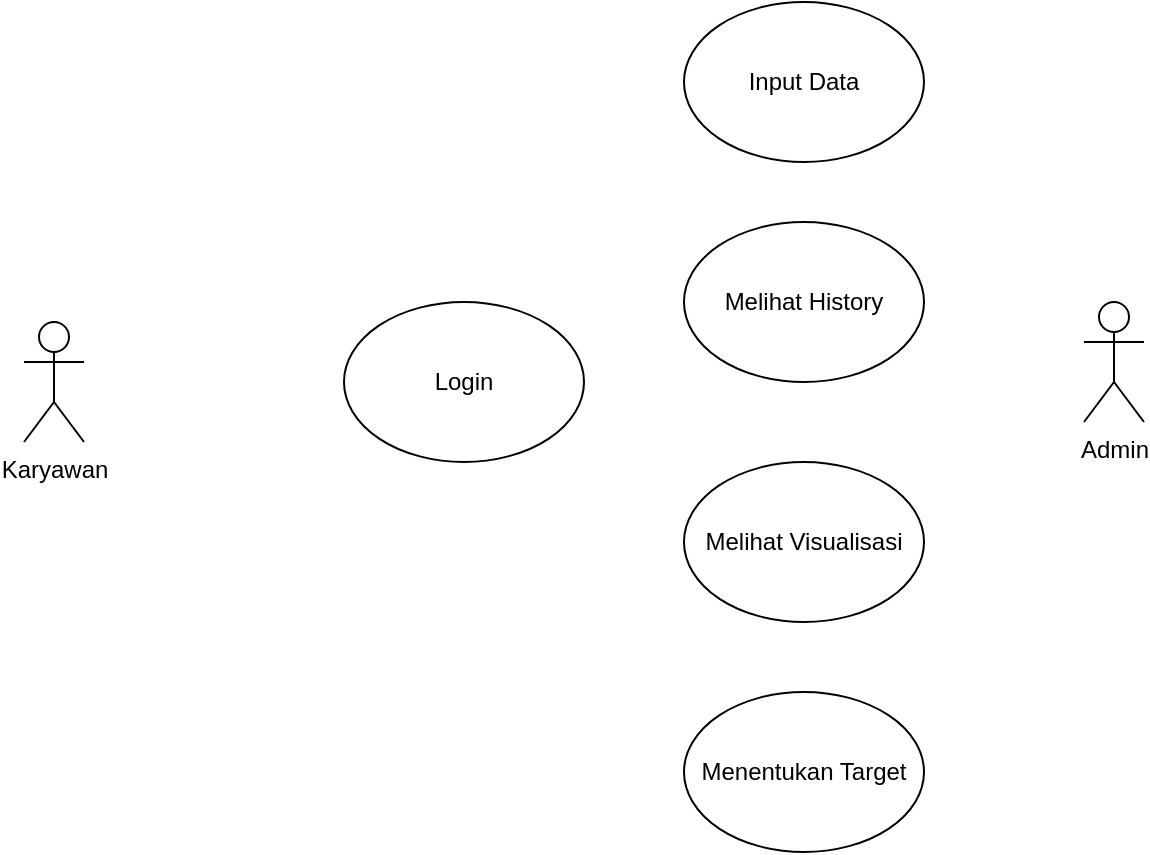
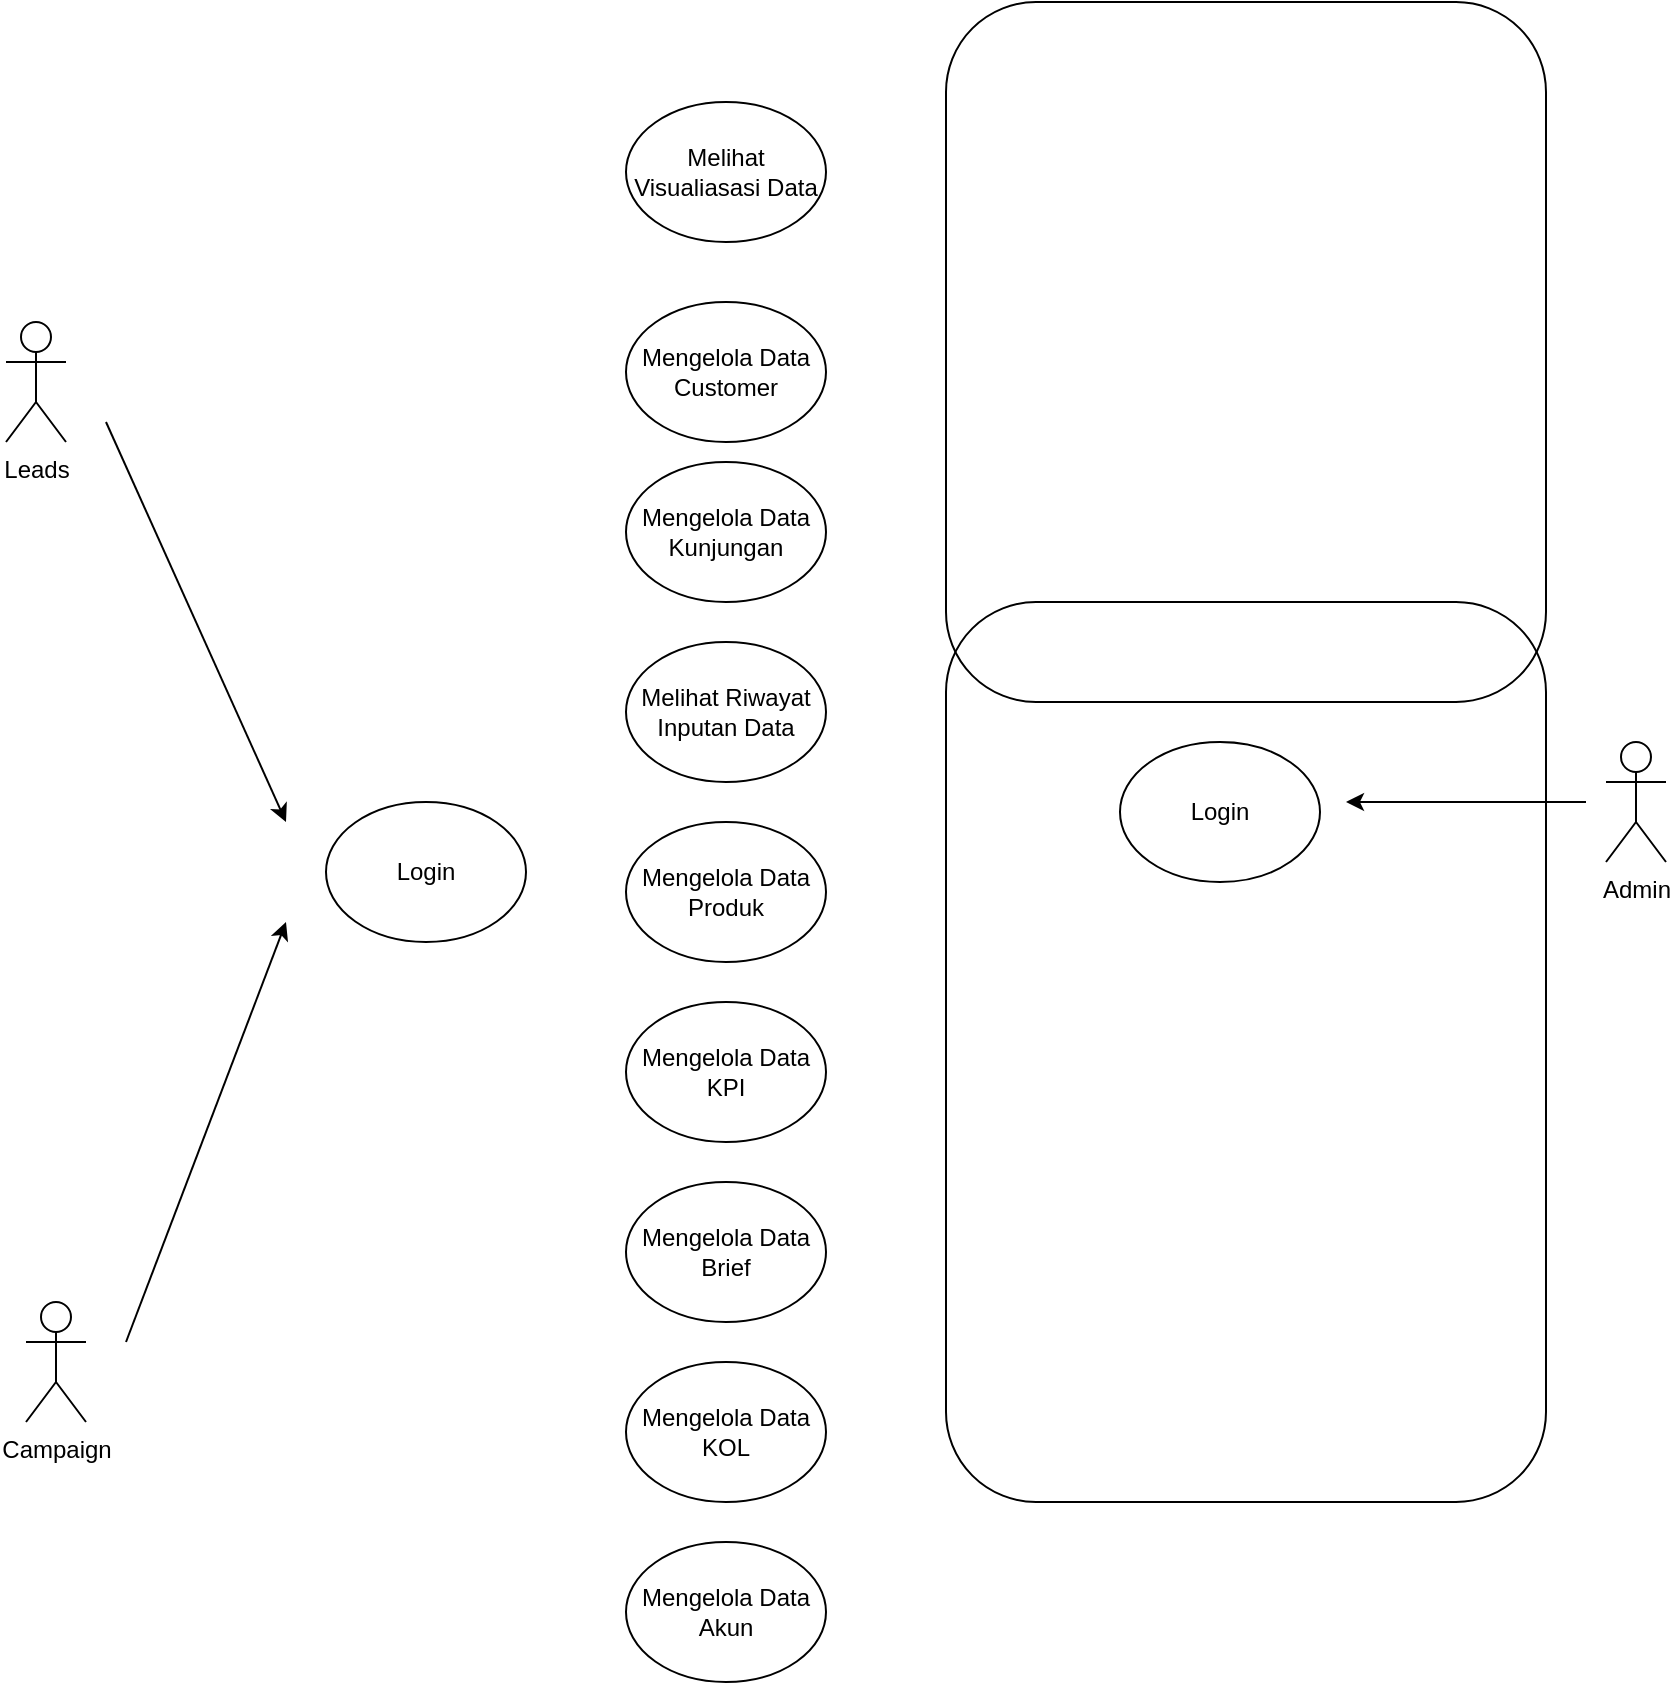
<mxfile host="app.diagrams.net">
  <diagram name="Halaman-1" id="6xkZL61mRfYaxkFYNYtN">
-     <mxGraphModel dx="812" dy="560" grid="1" gridSize="10" guides="1" tooltips="1" connect="1" arrows="1" fold="1" page="1" pageScale="1" pageWidth="827" pageHeight="1169" math="0" shadow="0">
+     <mxGraphModel dx="1168" dy="1974" grid="1" gridSize="10" guides="1" tooltips="1" connect="1" arrows="1" fold="1" page="1" pageScale="1" pageWidth="827" pageHeight="1169" math="0" shadow="0">
      <root>
        <mxCell id="0" />
        <mxCell id="1" parent="0" />
-         <mxCell id="9vOWh_kvZbqKn3fbaNCT-1" parent="1" style="shape=umlActor;verticalLabelPosition=bottom;verticalAlign=top;html=1;outlineConnect=0;" value="Karyawan" vertex="1">
-           <mxGeometry height="60" width="30" x="90" y="270" as="geometry" />
+         <mxCell id="9vOWh_kvZbqKn3fbaNCT-1" parent="1" style="shape=umlActor;verticalLabelPosition=bottom;verticalAlign=top;html=1;outlineConnect=0;" value="Leads" vertex="1">
+           <mxGeometry height="60" width="30" x="170" y="130" as="geometry" />
        </mxCell>
        <mxCell id="9vOWh_kvZbqKn3fbaNCT-2" parent="1" style="shape=umlActor;verticalLabelPosition=bottom;verticalAlign=top;html=1;outlineConnect=0;" value="Admin" vertex="1">
-           <mxGeometry height="60" width="30" x="620" y="260" as="geometry" />
+           <mxGeometry height="60" width="30" x="970" y="340" as="geometry" />
        </mxCell>
-         <mxCell id="9vOWh_kvZbqKn3fbaNCT-8" parent="1" style="ellipse;whiteSpace=wrap;html=1;" value="Login" vertex="1">
-           <mxGeometry height="80" width="120" x="250" y="260" as="geometry" />
+         <mxCell id="9vOWh_kvZbqKn3fbaNCT-10" parent="1" style="ellipse;whiteSpace=wrap;html=1;" value="Mengelola Data Customer" vertex="1">
+           <mxGeometry height="70" width="100" x="480" y="120" as="geometry" />
        </mxCell>
-         <mxCell id="9vOWh_kvZbqKn3fbaNCT-10" parent="1" style="ellipse;whiteSpace=wrap;html=1;" value="Input Data" vertex="1">
-           <mxGeometry height="80" width="120" x="420" y="110" as="geometry" />
+         <mxCell id="O6CaUCkThWP0vrAkvay0-1" parent="1" style="shape=umlActor;verticalLabelPosition=bottom;verticalAlign=top;html=1;outlineConnect=0;" value="Campaign" vertex="1">
+           <mxGeometry height="60" width="30" x="180" y="620" as="geometry" />
        </mxCell>
-         <mxCell id="9vOWh_kvZbqKn3fbaNCT-11" parent="1" style="ellipse;whiteSpace=wrap;html=1;" value="Melihat History" vertex="1">
-           <mxGeometry height="80" width="120" x="420" y="220" as="geometry" />
+         <mxCell id="O6CaUCkThWP0vrAkvay0-12" parent="1" style="ellipse;whiteSpace=wrap;html=1;" value="Mengelola Data Kunjungan" vertex="1">
+           <mxGeometry height="70" width="100" x="480" y="200" as="geometry" />
        </mxCell>
-         <mxCell id="9vOWh_kvZbqKn3fbaNCT-12" parent="1" style="ellipse;whiteSpace=wrap;html=1;" value="Melihat Visualisasi" vertex="1">
-           <mxGeometry height="80" width="120" x="420" y="340" as="geometry" />
+         <mxCell id="O6CaUCkThWP0vrAkvay0-13" parent="1" style="ellipse;whiteSpace=wrap;html=1;" value="Melihat Riwayat Inputan Data" vertex="1">
+           <mxGeometry height="70" width="100" x="480" y="290" as="geometry" />
        </mxCell>
-         <mxCell id="9vOWh_kvZbqKn3fbaNCT-13" parent="1" style="ellipse;whiteSpace=wrap;html=1;" value="Menentukan Target" vertex="1">
-           <mxGeometry height="80" width="120" x="420" y="455" as="geometry" />
+         <mxCell id="O6CaUCkThWP0vrAkvay0-14" parent="1" style="ellipse;whiteSpace=wrap;html=1;" value="Mengelola Data KPI" vertex="1">
+           <mxGeometry height="70" width="100" x="480" y="470" as="geometry" />
+         </mxCell>
+         <mxCell id="O6CaUCkThWP0vrAkvay0-15" parent="1" style="ellipse;whiteSpace=wrap;html=1;" value="Mengelola Data Produk" vertex="1">
+           <mxGeometry height="70" width="100" x="480" y="380" as="geometry" />
+         </mxCell>
+         <mxCell id="O6CaUCkThWP0vrAkvay0-16" parent="1" style="ellipse;whiteSpace=wrap;html=1;" value="Mengelola Data Brief" vertex="1">
+           <mxGeometry height="70" width="100" x="480" y="560" as="geometry" />
+         </mxCell>
+         <mxCell id="O6CaUCkThWP0vrAkvay0-17" parent="1" style="ellipse;whiteSpace=wrap;html=1;" value="Mengelola Data KOL" vertex="1">
+           <mxGeometry height="70" width="100" x="480" y="650" as="geometry" />
+         </mxCell>
+         <mxCell id="O6CaUCkThWP0vrAkvay0-18" parent="1" style="ellipse;whiteSpace=wrap;html=1;" value="Melihat Visualiasasi Data" vertex="1">
+           <mxGeometry height="70" width="100" x="480" y="20" as="geometry" />
+         </mxCell>
+         <mxCell id="O6CaUCkThWP0vrAkvay0-20" parent="1" style="ellipse;whiteSpace=wrap;html=1;" value="Mengelola Data Akun" vertex="1">
+           <mxGeometry height="70" width="100" x="480" y="740" as="geometry" />
+         </mxCell>
+         <mxCell id="O6CaUCkThWP0vrAkvay0-21" parent="1" style="ellipse;whiteSpace=wrap;html=1;" value="Login" vertex="1">
+           <mxGeometry height="70" width="100" x="330" y="370" as="geometry" />
+         </mxCell>
+         <mxCell id="O6CaUCkThWP0vrAkvay0-24" edge="1" parent="1" style="endArrow=classic;html=1;rounded=0;" value="">
+           <mxGeometry height="50" relative="1" width="50" as="geometry">
+             <mxPoint x="220" y="180" as="sourcePoint" />
+             <mxPoint x="310" y="380" as="targetPoint" />
+           </mxGeometry>
+         </mxCell>
+         <mxCell id="O6CaUCkThWP0vrAkvay0-26" edge="1" parent="1" style="endArrow=classic;html=1;rounded=0;" value="">
+           <mxGeometry height="50" relative="1" width="50" as="geometry">
+             <mxPoint x="230" y="640" as="sourcePoint" />
+             <mxPoint x="310" y="430" as="targetPoint" />
+           </mxGeometry>
+         </mxCell>
+         <mxCell id="O6CaUCkThWP0vrAkvay0-28" parent="1" style="ellipse;whiteSpace=wrap;html=1;" value="Login" vertex="1">
+           <mxGeometry height="70" width="100" x="727" y="340" as="geometry" />
+         </mxCell>
+         <mxCell id="O6CaUCkThWP0vrAkvay0-30" edge="1" parent="1" style="endArrow=classic;html=1;rounded=0;" value="">
+           <mxGeometry height="50" relative="1" width="50" as="geometry">
+             <mxPoint x="960" y="370" as="sourcePoint" />
+             <mxPoint x="840" y="370" as="targetPoint" />
+           </mxGeometry>
+         </mxCell>
+         <mxCell id="O6CaUCkThWP0vrAkvay0-31" parent="1" style="rounded=1;whiteSpace=wrap;html=1;fillColor=none;" value="" vertex="1">
+           <mxGeometry height="450" width="300" x="640" y="270" as="geometry" />
+         </mxCell>
+         <mxCell id="O6CaUCkThWP0vrAkvay0-32" parent="1" style="rounded=1;whiteSpace=wrap;html=1;fillColor=none;" value="" vertex="1">
+           <mxGeometry height="350" width="300" x="640" y="-30" as="geometry" />
        </mxCell>
      </root>
    </mxGraphModel>
  </diagram>
</mxfile>
